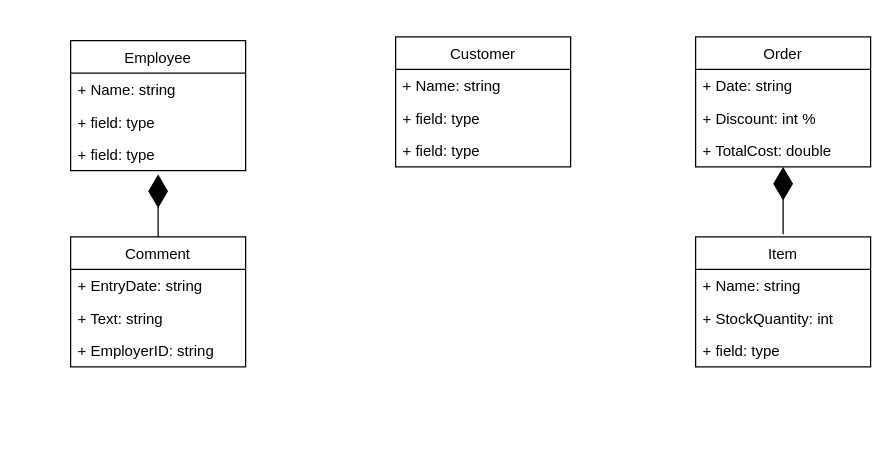
Earlier version of the draw.io diagram NoSQL_UML_Diagram.drawio (capperstrnd/DA352A_Project). Source tidied: cells renumbered, new cells numbered last; positions are measured from the earlier drawing's top-left corner, leaving out a move shared by most shapes. Both pictures are drawn from the tidied source at 125%, with x=0, y=0 at pixel (70, 36).
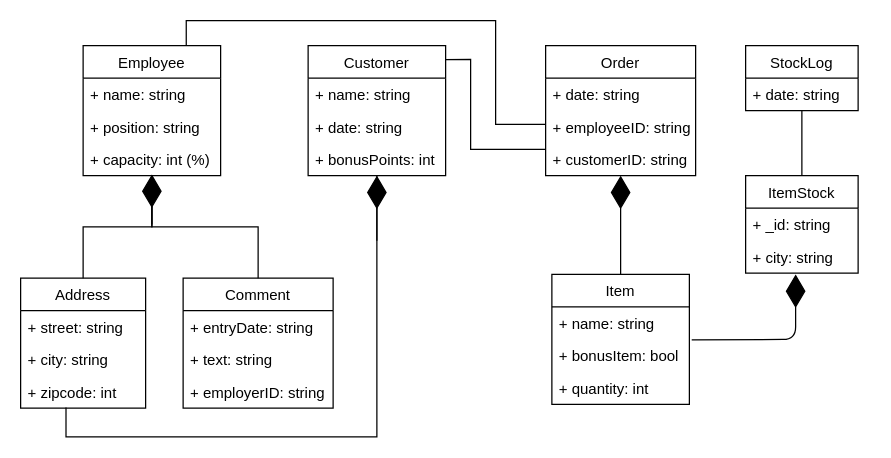
After the change.

What changed in the source:
```diff
@@
+    <mxCell id="24" style="edgeStyle=orthogonalEdgeStyle;rounded=0;jumpStyle=none;jettySize=auto;html=1;endArrow=none;endFill=0;strokeColor=#000000;" parent="1" edge="1" source="2" target="30">
+      <mxGeometry relative="1" as="geometry" />
+    </mxCell>
+    <mxCell id="25" style="edgeStyle=orthogonalEdgeStyle;rounded=0;jumpStyle=none;jettySize=auto;html=1;entryX=0.5;entryY=0;entryDx=0;entryDy=0;endArrow=none;endFill=0;strokeColor=#000000;" parent="1" edge="1" source="2" target="18">
+      <mxGeometry relative="1" as="geometry" />
+    </mxCell>
     <mxCell id="2" value="Employee" style="swimlane;fontStyle=0;horizontal=1;startSize=26;fillColor=none;" parent="1" vertex="1">
-      <mxGeometry y="3" width="140" height="104" as="geometry" />
+      <mxGeometry x="10" y="7" width="110" height="104" as="geometry" />
     </mxCell>
-    <mxCell id="3" value="+ Name: string" style="text;strokeColor=none;fillColor=none;align=left;verticalAlign=top;spacingLeft=4;spacingRight=4;overflow=hidden;" parent="2" vertex="1">
-      <mxGeometry y="26" width="140" height="26" as="geometry" />
+    <mxCell id="3" value="+ name: string" style="text;strokeColor=none;fillColor=none;align=left;verticalAlign=top;spacingLeft=4;spacingRight=4;overflow=hidden;" parent="2" vertex="1">
+      <mxGeometry y="26" width="110" height="26" as="geometry" />
     </mxCell>
-    <mxCell id="4" value="+ field: type" style="text;strokeColor=none;fillColor=none;align=left;verticalAlign=top;spacingLeft=4;spacingRight=4;overflow=hidden;" parent="2" vertex="1">
-      <mxGeometry y="52" width="140" height="26" as="geometry" />
+    <mxCell id="4" value="+ position: string" style="text;strokeColor=none;fillColor=none;align=left;verticalAlign=top;spacingLeft=4;spacingRight=4;overflow=hidden;" parent="2" vertex="1">
+      <mxGeometry y="52" width="110" height="26" as="geometry" />
     </mxCell>
-    <mxCell id="5" value="+ field: type" style="text;strokeColor=none;fillColor=none;align=left;verticalAlign=top;spacingLeft=4;spacingRight=4;overflow=hidden;" parent="2" vertex="1">
-      <mxGeometry y="78" width="140" height="26" as="geometry" />
+    <mxCell id="5" value="+ capacity: int (%)" style="text;strokeColor=none;fillColor=none;align=left;verticalAlign=top;spacingLeft=4;spacingRight=4;overflow=hidden;" parent="2" vertex="1">
+      <mxGeometry y="78" width="110" height="26" as="geometry" />
     </mxCell>
+    <mxCell id="26" style="edgeStyle=orthogonalEdgeStyle;rounded=0;jumpStyle=none;jettySize=auto;html=1;entryX=0.363;entryY=0.981;entryDx=0;entryDy=0;entryPerimeter=0;endArrow=none;endFill=0;strokeColor=#000000;" parent="1" edge="1" source="6" target="33">
+      <mxGeometry relative="1" as="geometry">
+        <Array as="points">
+          <mxPoint x="245" y="320" />
+          <mxPoint x="-4" y="320" />
+        </Array>
+      </mxGeometry>
+    </mxCell>
     <mxCell id="6" value="Customer" style="swimlane;fontStyle=0;horizontal=1;startSize=26;fillColor=none;" parent="1" vertex="1">
-      <mxGeometry x="260" width="140" height="104" as="geometry" />
+      <mxGeometry x="190" y="7" width="110" height="104" as="geometry" />
     </mxCell>
-    <mxCell id="7" value="+ Name: string" style="text;strokeColor=none;fillColor=none;align=left;verticalAlign=top;spacingLeft=4;spacingRight=4;overflow=hidden;" parent="6" vertex="1">
-      <mxGeometry y="26" width="140" height="26" as="geometry" />
+    <mxCell id="7" value="+ name: string" style="text;strokeColor=none;fillColor=none;align=left;verticalAlign=top;spacingLeft=4;spacingRight=4;overflow=hidden;" parent="6" vertex="1">
+      <mxGeometry y="26" width="110" height="26" as="geometry" />
     </mxCell>
-    <mxCell id="8" value="+ field: type" style="text;strokeColor=none;fillColor=none;align=left;verticalAlign=top;spacingLeft=4;spacingRight=4;overflow=hidden;" parent="6" vertex="1">
-      <mxGeometry y="52" width="140" height="26" as="geometry" />
+    <mxCell id="8" value="+ date: string" style="text;strokeColor=none;fillColor=none;align=left;verticalAlign=top;spacingLeft=4;spacingRight=4;overflow=hidden;" parent="6" vertex="1">
+      <mxGeometry y="52" width="110" height="26" as="geometry" />
     </mxCell>
-    <mxCell id="9" value="+ field: type" style="text;strokeColor=none;fillColor=none;align=left;verticalAlign=top;spacingLeft=4;spacingRight=4;overflow=hidden;" parent="6" vertex="1">
-      <mxGeometry y="78" width="140" height="26" as="geometry" />
+    <mxCell id="9" value="+ bonusPoints: int" style="text;strokeColor=none;fillColor=none;align=left;verticalAlign=top;spacingLeft=4;spacingRight=4;overflow=hidden;" parent="6" vertex="1">
+      <mxGeometry y="78" width="110" height="26" as="geometry" />
     </mxCell>
+    <mxCell id="27" style="edgeStyle=orthogonalEdgeStyle;rounded=0;jumpStyle=none;jettySize=auto;html=1;endArrow=none;endFill=0;strokeColor=#000000;entryX=0.997;entryY=0.107;entryDx=0;entryDy=0;entryPerimeter=0;" parent="1" edge="1" source="10" target="6">
+      <mxGeometry relative="1" as="geometry">
+        <Array as="points">
+          <mxPoint x="320" y="90" />
+          <mxPoint x="320" y="18" />
+        </Array>
+      </mxGeometry>
+    </mxCell>
+    <mxCell id="28" style="edgeStyle=orthogonalEdgeStyle;rounded=0;jumpStyle=none;jettySize=auto;html=1;entryX=0.75;entryY=0;entryDx=0;entryDy=0;endArrow=none;endFill=0;strokeColor=#000000;" parent="1" edge="1" source="10" target="2">
+      <mxGeometry relative="1" as="geometry">
+        <Array as="points">
+          <mxPoint x="340" y="70" />
+          <mxPoint x="340" y="-13" />
+          <mxPoint x="92" y="-13" />
+        </Array>
+      </mxGeometry>
+    </mxCell>
     <mxCell id="10" value="Order" style="swimlane;fontStyle=0;horizontal=1;startSize=26;fillColor=none;" parent="1" vertex="1">
-      <mxGeometry x="500" width="140" height="104" as="geometry" />
+      <mxGeometry x="380" y="7" width="120" height="104" as="geometry" />
     </mxCell>
-    <mxCell id="11" value="+ Date: string" style="text;strokeColor=none;fillColor=none;align=left;verticalAlign=top;spacingLeft=4;spacingRight=4;overflow=hidden;" parent="10" vertex="1">
-      <mxGeometry y="26" width="140" height="26" as="geometry" />
+    <mxCell id="11" value="+ date: string" style="text;strokeColor=none;fillColor=none;align=left;verticalAlign=top;spacingLeft=4;spacingRight=4;overflow=hidden;" parent="10" vertex="1">
+      <mxGeometry y="26" width="120" height="26" as="geometry" />
     </mxCell>
-    <mxCell id="12" value="+ Discount: int %" style="text;strokeColor=none;fillColor=none;align=left;verticalAlign=top;spacingLeft=4;spacingRight=4;overflow=hidden;" parent="10" vertex="1">
-      <mxGeometry y="52" width="140" height="26" as="geometry" />
-    </mxCell>
-    <mxCell id="13" value="+ TotalCost: double" style="text;strokeColor=none;fillColor=none;align=left;verticalAlign=top;spacingLeft=4;spacingRight=4;overflow=hidden;" parent="10" vertex="1">
-      <mxGeometry y="78" width="140" height="26" as="geometry" />
+    <mxCell id="13" value="+ employeeID: string" style="text;strokeColor=none;fillColor=none;align=left;verticalAlign=top;spacingLeft=4;spacingRight=4;overflow=hidden;" parent="10" vertex="1">
+      <mxGeometry y="52" width="120" height="26" as="geometry" />
     </mxCell>
+    <mxCell id="29" value="+ customerID: string" style="text;strokeColor=none;fillColor=none;align=left;verticalAlign=top;spacingLeft=4;spacingRight=4;overflow=hidden;" parent="10" vertex="1">
+      <mxGeometry y="78" width="120" height="26" as="geometry" />
+    </mxCell>
     <mxCell id="14" value="Item" style="swimlane;fontStyle=0;horizontal=1;startSize=26;fillColor=none;" parent="1" vertex="1">
-      <mxGeometry x="500" y="160" width="140" height="104" as="geometry" />
+      <mxGeometry x="385" y="190" width="110" height="104" as="geometry" />
     </mxCell>
-    <mxCell id="15" value="+ Name: string" style="text;strokeColor=none;fillColor=none;align=left;verticalAlign=top;spacingLeft=4;spacingRight=4;overflow=hidden;" parent="14" vertex="1">
-      <mxGeometry y="26" width="140" height="26" as="geometry" />
+    <mxCell id="15" value="+ name: string" style="text;strokeColor=none;fillColor=none;align=left;verticalAlign=top;spacingLeft=4;spacingRight=4;overflow=hidden;" parent="14" vertex="1">
+      <mxGeometry y="26" width="110" height="26" as="geometry" />
     </mxCell>
-    <mxCell id="16" value="+ StockQuantity: int" style="text;strokeColor=none;fillColor=none;align=left;verticalAlign=top;spacingLeft=4;spacingRight=4;overflow=hidden;points=[[0,0.5],[1,0.5]];portConstraint=eastwest;" parent="14" vertex="1">
-      <mxGeometry y="52" width="140" height="26" as="geometry" />
+    <mxCell id="16" value="+ bonusItem: bool" style="text;strokeColor=none;fillColor=none;align=left;verticalAlign=top;spacingLeft=4;spacingRight=4;overflow=hidden;points=[[0,0.5],[1,0.5]];portConstraint=eastwest;" parent="14" vertex="1">
+      <mxGeometry y="52" width="110" height="26" as="geometry" />
     </mxCell>
-    <mxCell id="17" value="+ field: type" style="text;strokeColor=none;fillColor=none;align=left;verticalAlign=top;spacingLeft=4;spacingRight=4;overflow=hidden;" parent="14" vertex="1">
-      <mxGeometry y="78" width="140" height="26" as="geometry" />
+    <mxCell id="17" value="+ quantity: int " style="text;strokeColor=none;fillColor=none;align=left;verticalAlign=top;spacingLeft=4;spacingRight=4;overflow=hidden;" parent="14" vertex="1">
+      <mxGeometry y="78" width="110" height="26" as="geometry" />
     </mxCell>
     <mxCell id="18" value="Comment" style="swimlane;fontStyle=0;horizontal=1;startSize=26;fillColor=none;" parent="1" vertex="1">
-      <mxGeometry y="160" width="140" height="104" as="geometry" />
+      <mxGeometry x="90" y="193" width="120" height="104" as="geometry" />
     </mxCell>
-    <mxCell id="19" value="+ EntryDate: string" style="text;strokeColor=none;fillColor=none;align=left;verticalAlign=top;spacingLeft=4;spacingRight=4;overflow=hidden;" parent="18" vertex="1">
-      <mxGeometry y="26" width="140" height="26" as="geometry" />
+    <mxCell id="19" value="+ entryDate: string" style="text;strokeColor=none;fillColor=none;align=left;verticalAlign=top;spacingLeft=4;spacingRight=4;overflow=hidden;" parent="18" vertex="1">
+      <mxGeometry y="26" width="120" height="26" as="geometry" />
     </mxCell>
-    <mxCell id="20" value="+ Text: string" style="text;strokeColor=none;fillColor=none;align=left;verticalAlign=top;spacingLeft=4;spacingRight=4;overflow=hidden;" parent="18" vertex="1">
-      <mxGeometry y="52" width="140" height="26" as="geometry" />
+    <mxCell id="20" value="+ text: string" style="text;strokeColor=none;fillColor=none;align=left;verticalAlign=top;spacingLeft=4;spacingRight=4;overflow=hidden;" parent="18" vertex="1">
+      <mxGeometry y="52" width="120" height="26" as="geometry" />
     </mxCell>
-    <mxCell id="21" value="+ EmployerID: string" style="text;strokeColor=none;fillColor=none;align=left;verticalAlign=top;spacingLeft=4;spacingRight=4;overflow=hidden;" parent="18" vertex="1">
-      <mxGeometry y="78" width="140" height="26" as="geometry" />
+    <mxCell id="21" value="+ employerID: string" style="text;strokeColor=none;fillColor=none;align=left;verticalAlign=top;spacingLeft=4;spacingRight=4;overflow=hidden;" parent="18" vertex="1">
+      <mxGeometry y="78" width="120" height="26" as="geometry" />
     </mxCell>
-    <mxCell id="22" style="endArrow=diamondThin;endFill=1;endSize=24;html=1;exitX=0.5;exitY=0;exitDx=0;exitDy=0;" parent="1" edge="1" source="18">
-      <mxGeometry relative="1" as="geometry">
-        <mxPoint x="70" y="110" as="targetPoint" />
-      </mxGeometry>
-    </mxCell>
-    <mxCell id="23" style="endArrow=diamondThin;endFill=1;endSize=24;html=1;entryX=0.5;entryY=1;entryDx=0;entryDy=0;" parent="1" edge="1" target="10">
-      <mxGeometry relative="1" as="geometry">
-        <mxPoint x="570" y="150" as="sourcePoint" />
-        <Array as="points">
-          <mxPoint x="570" y="160" />
-          <mxPoint x="570" y="150" />
-        </Array>
-      </mxGeometry>
+    <mxCell id="23" style="endArrow=diamondThin;endFill=1;endSize=24;html=1;entryX=0.5;entryY=1;entryDx=0;entryDy=0;exitX=0.5;exitY=0;exitDx=0;exitDy=0;" parent="1" edge="1" source="14" target="10">
+      <mxGeometry relative="1" as="geometry" />
     </mxCell>
+    <mxCell id="30" value="Address" style="swimlane;fontStyle=0;horizontal=1;startSize=26;fillColor=none;" parent="1" vertex="1">
+      <mxGeometry x="-40" y="193" width="100" height="104" as="geometry" />
+    </mxCell>
+    <mxCell id="31" value="+ street: string" style="text;strokeColor=none;fillColor=none;align=left;verticalAlign=top;spacingLeft=4;spacingRight=4;overflow=hidden;" parent="30" vertex="1">
+      <mxGeometry y="26" width="100" height="26" as="geometry" />
+    </mxCell>
+    <mxCell id="32" value="+ city: string" style="text;strokeColor=none;fillColor=none;align=left;verticalAlign=top;spacingLeft=4;spacingRight=4;overflow=hidden;" parent="30" vertex="1">
+      <mxGeometry y="52" width="100" height="26" as="geometry" />
+    </mxCell>
+    <mxCell id="33" value="+ zipcode: int" style="text;strokeColor=none;fillColor=none;align=left;verticalAlign=top;spacingLeft=4;spacingRight=4;overflow=hidden;points=[[0,0.5],[1,0.5]];portConstraint=eastwest;" parent="30" vertex="1">
+      <mxGeometry y="78" width="100" height="26" as="geometry" />
+    </mxCell>
+    <mxCell id="34" style="endArrow=diamondThin;endFill=1;endSize=24;html=1;strokeColor=#000000;" parent="1" edge="1">
+      <mxGeometry relative="1" as="geometry">
+        <mxPoint x="65" y="150" as="sourcePoint" />
+        <mxPoint x="65" y="110" as="targetPoint" />
+      </mxGeometry>
+    </mxCell>
+    <mxCell id="35" style="endArrow=diamondThin;endFill=1;endSize=24;html=1;strokeColor=#000000;" parent="1" edge="1">
+      <mxGeometry relative="1" as="geometry">
+        <mxPoint x="245" y="163" as="sourcePoint" />
+        <mxPoint x="245" y="111" as="targetPoint" />
+      </mxGeometry>
+    </mxCell>
+    <mxCell id="36" value="StockLog" style="swimlane;fontStyle=0;horizontal=1;startSize=26;fillColor=none;" parent="1" vertex="1">
+      <mxGeometry x="540" y="7" width="90" height="52" as="geometry" />
+    </mxCell>
+    <mxCell id="37" value="+ date: string" style="text;strokeColor=none;fillColor=none;align=left;verticalAlign=top;spacingLeft=4;spacingRight=4;overflow=hidden;" parent="36" vertex="1">
+      <mxGeometry y="26" width="90" height="26" as="geometry" />
+    </mxCell>
+    <mxCell id="38" style="edgeStyle=orthogonalEdgeStyle;rounded=0;jumpStyle=none;jettySize=auto;html=1;endArrow=none;endFill=0;strokeColor=#000000;" parent="1" edge="1" source="39" target="36">
+      <mxGeometry relative="1" as="geometry" />
+    </mxCell>
+    <mxCell id="39" value="ItemStock" style="swimlane;fontStyle=0;horizontal=1;startSize=26;fillColor=none;" parent="1" vertex="1">
+      <mxGeometry x="540" y="111" width="90" height="78" as="geometry" />
+    </mxCell>
+    <mxCell id="40" value="+ _id: string " style="text;strokeColor=none;fillColor=none;align=left;verticalAlign=top;spacingLeft=4;spacingRight=4;overflow=hidden;" parent="39" vertex="1">
+      <mxGeometry y="26" width="90" height="26" as="geometry" />
+    </mxCell>
+    <mxCell id="41" value="+ city: string" style="text;strokeColor=none;fillColor=none;align=left;verticalAlign=top;spacingLeft=4;spacingRight=4;overflow=hidden;" parent="39" vertex="1">
+      <mxGeometry y="52" width="90" height="26" as="geometry" />
+    </mxCell>
+    <mxCell id="42" style="endArrow=diamondThin;endFill=1;endSize=24;html=1;strokeColor=#000000;exitX=1.017;exitY=0.013;exitDx=0;exitDy=0;exitPerimeter=0;" parent="1" edge="1" source="16">
+      <mxGeometry relative="1" as="geometry">
+        <mxPoint x="580" y="190" as="targetPoint" />
+        <Array as="points">
+          <mxPoint x="580" y="242" />
+        </Array>
+      </mxGeometry>
+    </mxCell>
```
